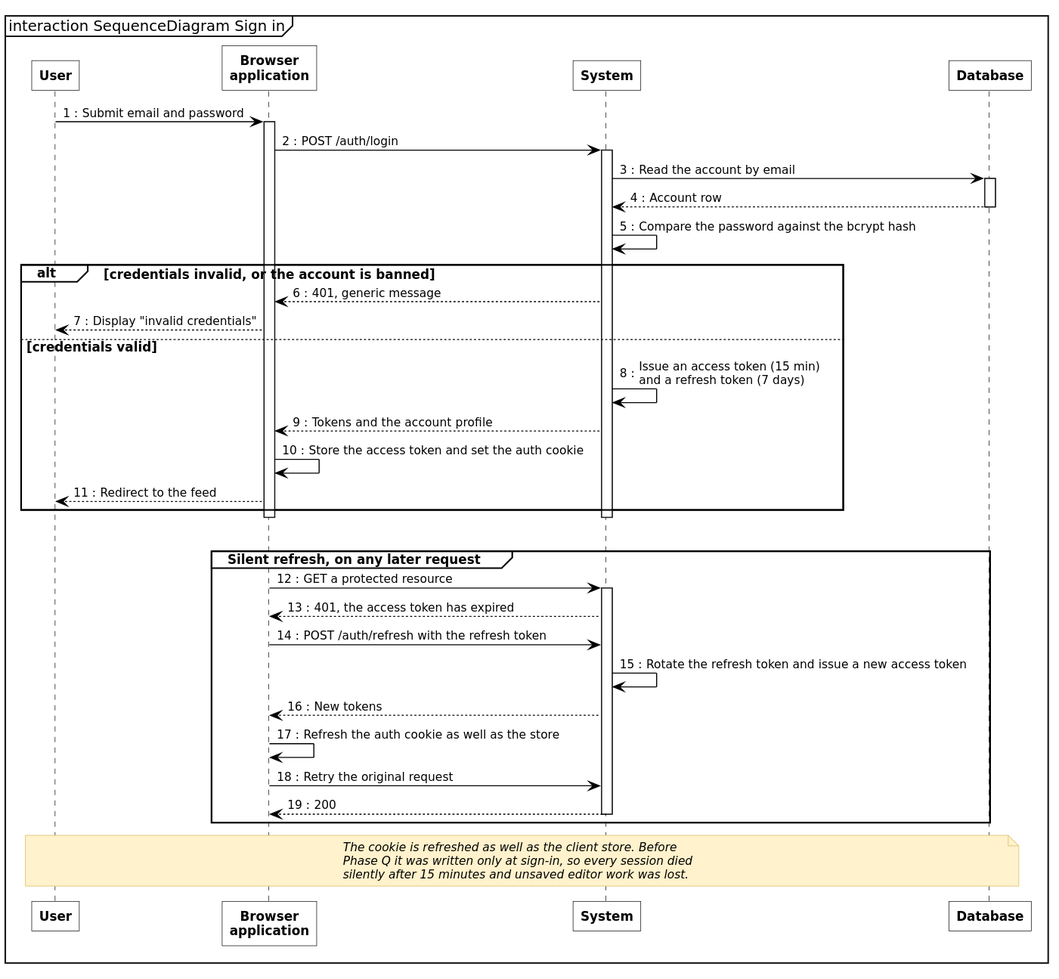
inkwell-dev/spec.inkwell.ai keeps this PlantUML diagram as diagrams/fig-4-3-sequence-authentication/fig-4-3-sequence-authentication.svg. Above is the earlier version. Its diagram source:
```plantuml
@startuml
!include ../_style.puml
mainframe interaction SequenceDiagram Sign in
autonumber "0 :"

participant "User" as U
participant "Browser\napplication" as W
participant "System" as A
participant "Database" as D

U -> W : Submit email and password
activate W
W -> A : POST /auth/login
activate A
A -> D : Read the account by email
activate D
D --> A : Account row
deactivate D
A -> A : Compare the password against the bcrypt hash

alt credentials invalid, or the account is banned
  A --> W : 401, generic message
  W --> U : Display "invalid credentials"
else credentials valid
  A -> A : Issue an access token (15 min)\nand a refresh token (7 days)
  A --> W : Tokens and the account profile
  W -> W : Store the access token and set the auth cookie
  W --> U : Redirect to the feed
end
deactivate A
deactivate W

|||

group Silent refresh, on any later request
  W -> A : GET a protected resource
  activate A
  A --> W : 401, the access token has expired
  W -> A : POST /auth/refresh with the refresh token
  A -> A : Rotate the refresh token and issue a new access token
  A --> W : New tokens
  W -> W : Refresh the auth cookie as well as the store
  W -> A : Retry the original request
  A --> W : 200
  deactivate A
end

note over U, D
  The cookie is refreshed as well as the client store. Before
  Phase Q it was written only at sign-in, so every session died
  silently after 15 minutes and unsaved editor work was lost.
end note
@enduml
```
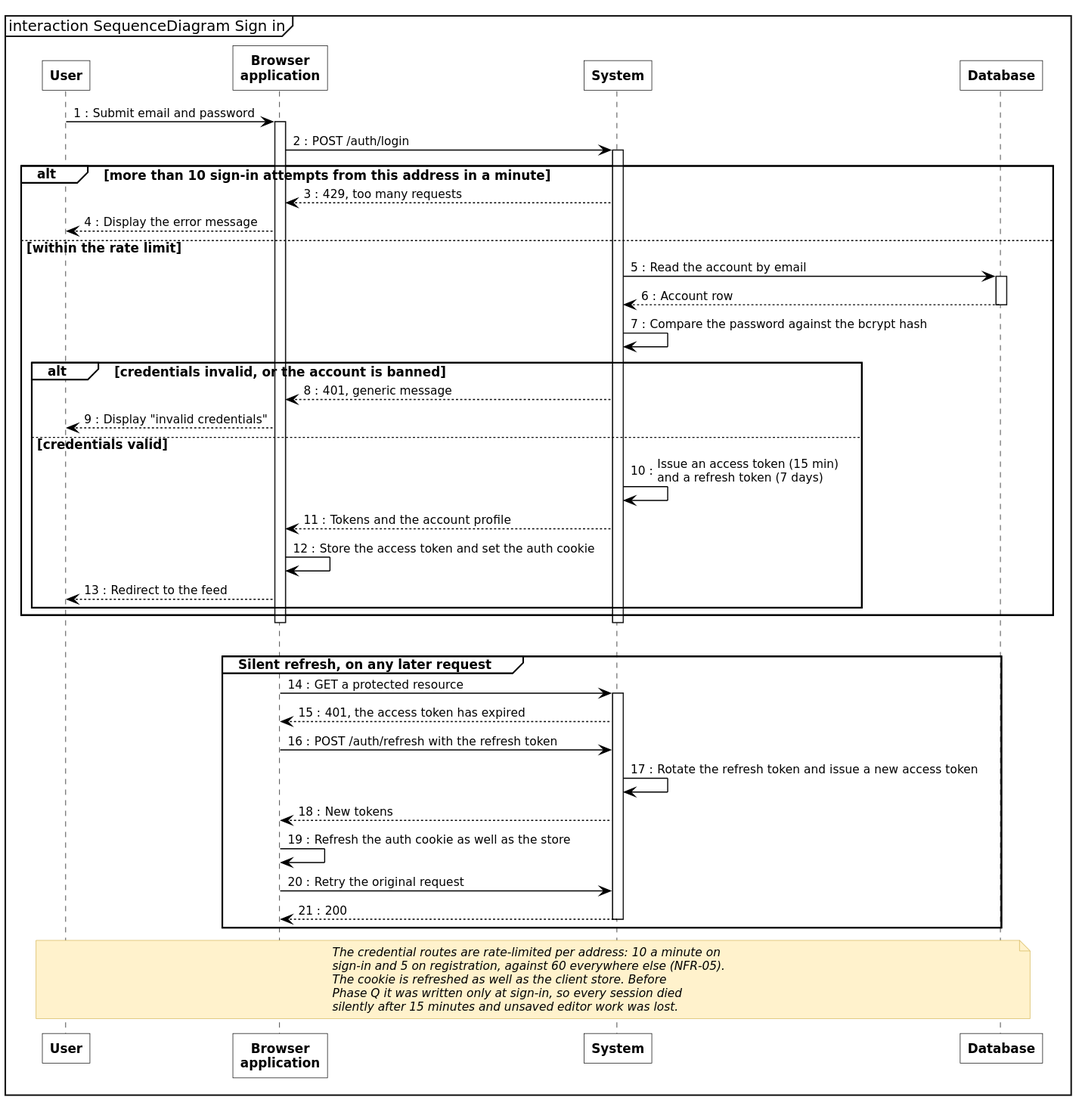
Above is the later version.

Commit message:
docs(diagrams): fig-4-3 shows the rate limit on sign-in

POST /auth/login is throttled at 10 requests a minute per address and
/auth/register at 5, against 60 everywhere else (NFR-05, auth.controller.ts).
The figure drew no throttle at all. The sign-in exchange now sits inside an alt
whose first branch is the 429 answer, returned before the account is read, and
the note states both limits.

The edit, as a diff of the source:
```diff
@@ -12,20 +12,26 @@
 activate W
 W -> A : POST /auth/login
 activate A
-A -> D : Read the account by email
-activate D
-D --> A : Account row
-deactivate D
-A -> A : Compare the password against the bcrypt hash
 
-alt credentials invalid, or the account is banned
-  A --> W : 401, generic message
-  W --> U : Display "invalid credentials"
-else credentials valid
-  A -> A : Issue an access token (15 min)\nand a refresh token (7 days)
-  A --> W : Tokens and the account profile
-  W -> W : Store the access token and set the auth cookie
-  W --> U : Redirect to the feed
+alt more than 10 sign-in attempts from this address in a minute
+  A --> W : 429, too many requests
+  W --> U : Display the error message
+else within the rate limit
+  A -> D : Read the account by email
+  activate D
+  D --> A : Account row
+  deactivate D
+  A -> A : Compare the password against the bcrypt hash
+
+  alt credentials invalid, or the account is banned
+    A --> W : 401, generic message
+    W --> U : Display "invalid credentials"
+  else credentials valid
+    A -> A : Issue an access token (15 min)\nand a refresh token (7 days)
+    A --> W : Tokens and the account profile
+    W -> W : Store the access token and set the auth cookie
+    W --> U : Redirect to the feed
+  end
 end
 deactivate A
 deactivate W
@@ -46,6 +52,8 @@
 end
 
 note over U, D
+  The credential routes are rate-limited per address: 10 a minute on
+  sign-in and 5 on registration, against 60 everywhere else (NFR-05).
   The cookie is refreshed as well as the client store. Before
   Phase Q it was written only at sign-in, so every session died
   silently after 15 minutes and unsaved editor work was lost.
```
